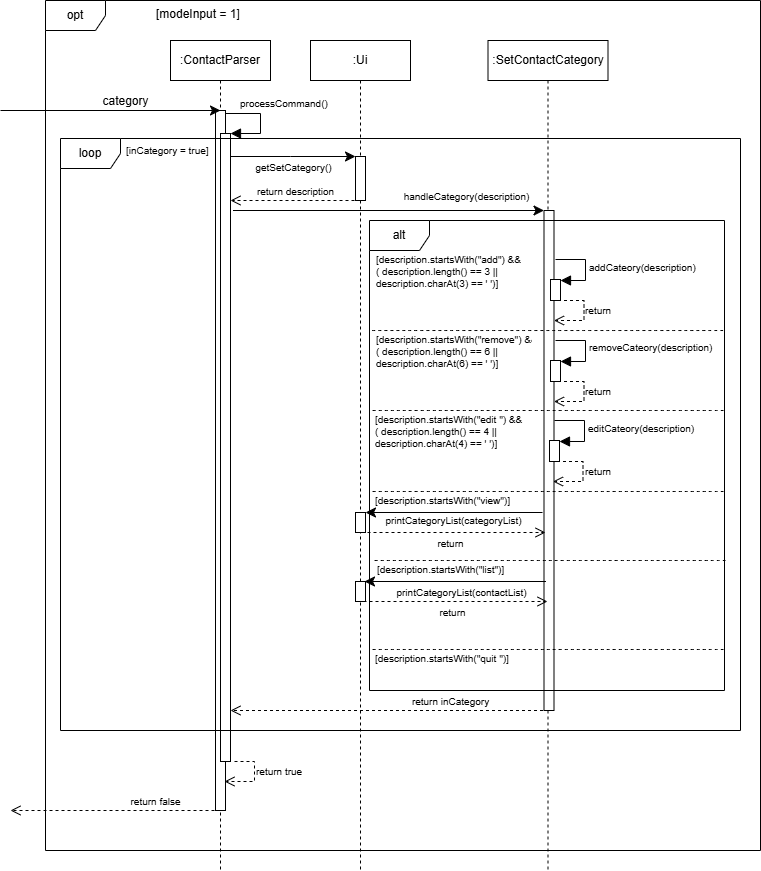
Earlier version of the draw.io export docs/Images(DG)/SetContactCategory.drawio.png (parasytezz/tp). Source tidied: cells renumbered, new cells last; positions are measured from the earlier drawing's top-left corner, leaving out a move shared by most shapes.
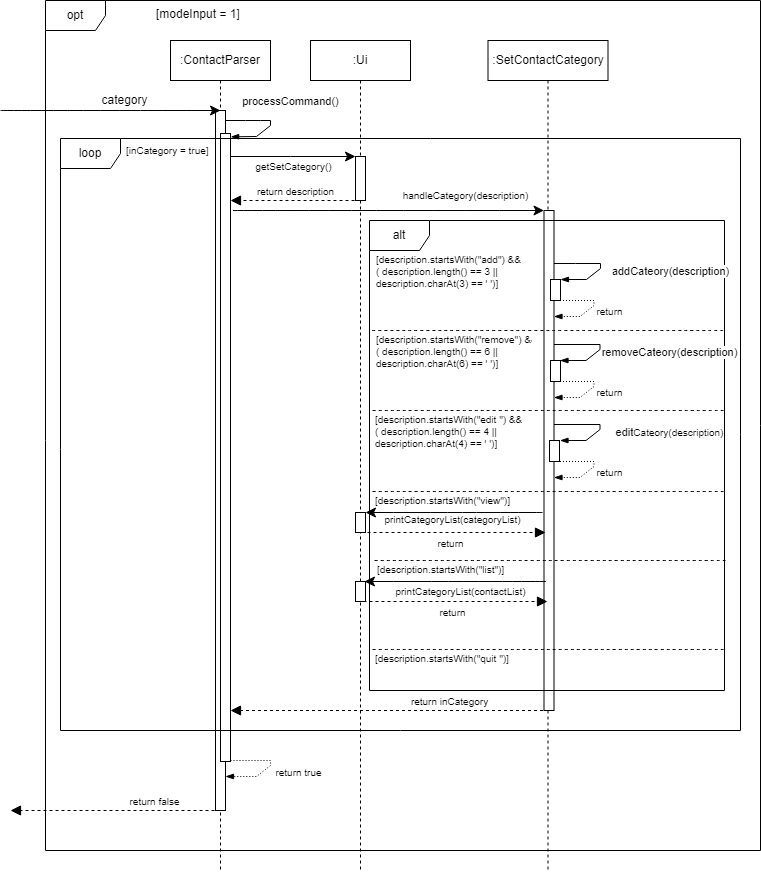
The same file after the commit.

What changed in the source:
```diff
@@ -22,12 +22,2 @@
     </mxCell>
-    <mxCell id="8" value="processCommand()" style="html=1;align=left;spacingLeft=2;endArrow=block;rounded=0;edgeStyle=orthogonalEdgeStyle;curved=0;rounded=0;fontSize=10;startSize=8;endSize=8;" parent="5" edge="1">
-      <mxGeometry x="-0.75" y="10" relative="1" as="geometry">
-        <mxPoint x="55" y="73" as="sourcePoint" />
-        <mxPoint x="60" y="93" as="targetPoint" />
-        <Array as="points">
-          <mxPoint x="90" y="73" />
-          <mxPoint x="90" y="93" />
-        </Array>
-      </mxGeometry>
-    </mxCell>
     <mxCell id="9" style="endArrow=classic;html=1;rounded=0;fontSize=12;startSize=8;endSize=8;curved=1;" parent="1" edge="1">
@@ -43,12 +33,2 @@
     </mxCell>
-    <mxCell id="11" value="&lt;font style=&quot;font-size: 10px;&quot;&gt;return true&lt;/font&gt;" style="html=1;verticalAlign=middle;endArrow=open;dashed=1;endSize=8;rounded=0;fontSize=12;edgeStyle=orthogonalEdgeStyle;align=left;labelPosition=right;verticalLabelPosition=middle;" parent="1" edge="1">
-      <mxGeometry x="-0.14" relative="1" as="geometry">
-        <mxPoint x="234" y="761" as="sourcePoint" />
-        <mxPoint x="224" y="781" as="targetPoint" />
-        <Array as="points">
-          <mxPoint x="254" y="761" />
-          <mxPoint x="254" y="781" />
-        </Array>
-      </mxGeometry>
-    </mxCell>
     <mxCell id="12" value="opt" style="shape=umlFrame;whiteSpace=wrap;html=1;" parent="1" vertex="1">
@@ -79,3 +59,3 @@
     </mxCell>
-    <mxCell id="18" value="&lt;font style=&quot;font-size: 10px;&quot;&gt;return description&lt;/font&gt;" style="html=1;verticalAlign=bottom;endArrow=open;dashed=1;endSize=8;curved=0;rounded=0;fontSize=12;" parent="1" edge="1">
+    <mxCell id="18" value="&lt;font style=&quot;font-size: 10px;&quot;&gt;return description&lt;/font&gt;" style="html=1;verticalAlign=bottom;endArrow=block;dashed=1;endSize=8;curved=0;rounded=0;fontSize=12;endFill=1;" parent="1" edge="1">
       <mxGeometry relative="1" as="geometry">
@@ -101,3 +81,3 @@
     </mxCell>
-    <mxCell id="23" value="&lt;font style=&quot;font-size: 10px;&quot;&gt;return inCategory&lt;/font&gt;" style="html=1;verticalAlign=bottom;endArrow=open;dashed=1;endSize=8;curved=0;rounded=0;fontSize=12;exitX=0.5;exitY=1;exitDx=0;exitDy=0;exitPerimeter=0;" parent="1" edge="1" source="17" target="7">
+    <mxCell id="23" value="&lt;font style=&quot;font-size: 10px;&quot;&gt;return inCategory&lt;/font&gt;" style="html=1;verticalAlign=bottom;endArrow=block;dashed=1;endSize=8;curved=0;rounded=0;fontSize=12;exitX=0.5;exitY=1;exitDx=0;exitDy=0;exitPerimeter=0;endFill=1;" parent="1" edge="1" source="17" target="7">
       <mxGeometry x="-0.38" relative="1" as="geometry" />
@@ -113,21 +93,2 @@
     </mxCell>
-    <mxCell id="27" value="&lt;font style=&quot;font-size: 10px;&quot;&gt;addCateory(description)&lt;/font&gt;" style="html=1;align=left;spacingLeft=2;endArrow=block;rounded=0;edgeStyle=orthogonalEdgeStyle;curved=0;rounded=0;fontSize=12;startSize=8;endSize=8;" parent="1" edge="1" target="26">
-      <mxGeometry relative="1" as="geometry">
-        <mxPoint x="555" y="259" as="sourcePoint" />
-        <Array as="points">
-          <mxPoint x="585" y="259" />
-          <mxPoint x="585" y="280" />
-        </Array>
-      </mxGeometry>
-    </mxCell>
-    <mxCell id="28" value="&lt;font style=&quot;font-size: 10px;&quot;&gt;return&lt;/font&gt;" style="html=1;verticalAlign=middle;endArrow=open;dashed=1;endSize=8;rounded=0;fontSize=12;edgeStyle=orthogonalEdgeStyle;align=left;labelPosition=right;verticalLabelPosition=middle;" parent="1" edge="1">
-      <mxGeometry x="-0.14" relative="1" as="geometry">
-        <mxPoint x="563.5" y="300" as="sourcePoint" />
-        <mxPoint x="553.5" y="320" as="targetPoint" />
-        <Array as="points">
-          <mxPoint x="583.5" y="300" />
-          <mxPoint x="583.5" y="320" />
-        </Array>
-      </mxGeometry>
-    </mxCell>
     <mxCell id="29" style="endArrow=none;dashed=1;html=1;rounded=0;fontSize=12;startSize=8;endSize=8;curved=1;entryX=0.004;entryY=0.283;entryDx=0;entryDy=0;entryPerimeter=0;exitX=0.996;exitY=0.283;exitDx=0;exitDy=0;exitPerimeter=0;" parent="1" edge="1">
@@ -144,21 +105,2 @@
     </mxCell>
-    <mxCell id="32" value="&lt;font style=&quot;font-size: 10px;&quot;&gt;removeCateory(description)&lt;/font&gt;" style="html=1;align=left;spacingLeft=2;endArrow=block;rounded=0;edgeStyle=orthogonalEdgeStyle;curved=0;rounded=0;fontSize=12;startSize=8;endSize=8;" parent="1" edge="1" target="31">
-      <mxGeometry relative="1" as="geometry">
-        <mxPoint x="555" y="340" as="sourcePoint" />
-        <Array as="points">
-          <mxPoint x="585" y="340" />
-          <mxPoint x="585" y="361" />
-        </Array>
-      </mxGeometry>
-    </mxCell>
-    <mxCell id="33" value="&lt;font style=&quot;font-size: 10px;&quot;&gt;return&lt;/font&gt;" style="html=1;verticalAlign=middle;endArrow=open;dashed=1;endSize=8;rounded=0;fontSize=12;edgeStyle=orthogonalEdgeStyle;align=left;labelPosition=right;verticalLabelPosition=middle;" parent="1" edge="1">
-      <mxGeometry x="-0.14" relative="1" as="geometry">
-        <mxPoint x="563.5" y="381" as="sourcePoint" />
-        <mxPoint x="553.5" y="401" as="targetPoint" />
-        <Array as="points">
-          <mxPoint x="583.5" y="381" />
-          <mxPoint x="583.5" y="401" />
-        </Array>
-      </mxGeometry>
-    </mxCell>
     <mxCell id="34" style="endArrow=none;dashed=1;html=1;rounded=0;fontSize=12;startSize=8;endSize=8;curved=1;entryX=0.004;entryY=0.283;entryDx=0;entryDy=0;entryPerimeter=0;exitX=0.996;exitY=0.283;exitDx=0;exitDy=0;exitPerimeter=0;" parent="1" edge="1">
@@ -175,21 +117,2 @@
     </mxCell>
-    <mxCell id="37" value="&lt;font style=&quot;font-size: 10px;&quot;&gt;edit&lt;span style=&quot;color: rgba(0, 0, 0, 0); font-family: monospace; font-size: 0px; background-color: rgb(251, 251, 251);&quot;&gt;%3CmxGraphModel%3E%3Croot%3E%3CmxCell%20id%3D%220%22%2F%3E%3CmxCell%20id%3D%221%22%20parent%3D%220%22%2F%3E%3CmxCell%20id%3D%222%22%20value%3D%22%22%20style%3D%22endArrow%3Dnone%3Bdashed%3D1%3Bhtml%3D1%3Brounded%3D0%3BfontSize%3D12%3BstartSize%3D8%3BendSize%3D8%3Bcurved%3D1%3BentryX%3D0.004%3BentryY%3D0.283%3BentryDx%3D0%3BentryDy%3D0%3BentryPerimeter%3D0%3BexitX%3D0.996%3BexitY%3D0.283%3BexitDx%3D0%3BexitDy%3D0%3BexitPerimeter%3D0%3B%22%20edge%3D%221%22%20parent%3D%221%22%3E%3CmxGeometry%20width%3D%2250%22%20height%3D%2250%22%20relative%3D%221%22%20as%3D%22geometry%22%3E%3CmxPoint%20x%3D%22759%22%20y%3D%22360%22%20as%3D%22sourcePoint%22%2F%3E%3CmxPoint%20x%3D%22406%22%20y%3D%22360%22%20as%3D%22targetPoint%22%2F%3E%3C%2FmxGeometry%3E%3C%2FmxCell%3E%3CmxCell%20id%3D%223%22%20value%3D%22%5Bdescription.startsWith(%26quot%3Bremove%20%26quot%3B)%5D%22%20style%3D%22text%3BstrokeColor%3Dnone%3BfillColor%3Dnone%3Balign%3Dleft%3BverticalAlign%3Dtop%3BspacingLeft%3D4%3BspacingRight%3D4%3Boverflow%3Dhidden%3Brotatable%3D0%3Bpoints%3D%5B%5B0%2C0.5%5D%2C%5B1%2C0.5%5D%5D%3BportConstraint%3Deastwest%3BwhiteSpace%3Dwrap%3Bhtml%3D1%3BfontSize%3D10%3B%22%20vertex%3D%221%22%20parent%3D%221%22%3E%3CmxGeometry%20x%3D%22410%22%20y%3D%22357%22%20width%3D%22166%22%20height%3D%2242%22%20as%3D%22geometry%22%2F%3E%3C%2FmxCell%3E%3CmxCell%20id%3D%224%22%20value%3D%22%22%20style%3D%22html%3D1%3Bpoints%3D%5B%5B0%2C0%2C0%2C0%2C5%5D%2C%5B0%2C1%2C0%2C0%2C-5%5D%2C%5B1%2C0%2C0%2C0%2C5%5D%2C%5B1%2C1%2C0%2C0%2C-5%5D%5D%3Bperimeter%3DorthogonalPerimeter%3BoutlineConnect%3D0%3BtargetShapes%3DumlLifeline%3BportConstraint%3Deastwest%3BnewEdgeStyle%3D%7B%26quot%3Bcurved%26quot%3B%3A0%2C%26quot%3Brounded%26quot%3B%3A0%7D%3B%22%20vertex%3D%221%22%20parent%3D%221%22%3E%3CmxGeometry%20x%3D%22590%22%20y%3D%22390%22%20width%3D%2210%22%20height%3D%2221%22%20as%3D%22geometry%22%2F%3E%3C%2FmxCell%3E%3CmxCell%20id%3D%225%22%20value%3D%22%26lt%3Bfont%20style%3D%26quot%3Bfont-size%3A%2010px%3B%26quot%3B%26gt%3BremoveCateory(description)%26lt%3B%2Ffont%26gt%3B%22%20style%3D%22html%3D1%3Balign%3Dleft%3BspacingLeft%3D2%3BendArrow%3Dblock%3Brounded%3D0%3BedgeStyle%3DorthogonalEdgeStyle%3Bcurved%3D0%3Brounded%3D0%3BfontSize%3D12%3BstartSize%3D8%3BendSize%3D8%3B%22%20edge%3D%221%22%20target%3D%224%22%20parent%3D%221%22%3E%3CmxGeometry%20relative%3D%221%22%20as%3D%22geometry%22%3E%3CmxPoint%20x%3D%22595%22%20y%3D%22370%22%20as%3D%22sourcePoint%22%2F%3E%3CArray%20as%3D%22points%22%3E%3CmxPoint%20x%3D%22625%22%20y%3D%22370%22%2F%3E%3CmxPoint%20x%3D%22625%22%20y%3D%22391%22%2F%3E%3C%2FArray%3E%3C%2FmxGeometry%3E%3C%2FmxCell%3E%3CmxCell%20id%3D%226%22%20value%3D%22%26lt%3Bfont%20style%3D%26quot%3Bfont-size%3A%2010px%3B%26quot%3B%26gt%3Breturn%26lt%3B%2Ffont%26gt%3B%22%20style%3D%22html%3D1%3BverticalAlign%3Dmiddle%3BendArrow%3Dopen%3Bdashed%3D1%3BendSize%3D8%3Brounded%3D0%3BfontSize%3D12%3BedgeStyle%3DorthogonalEdgeStyle%3Balign%3Dleft%3BlabelPosition%3Dright%3BverticalLabelPosition%3Dmiddle%3B%22%20edge%3D%221%22%20parent%3D%221%22%3E%3CmxGeometry%20x%3D%22-0.1429%22%20relative%3D%221%22%20as%3D%22geometry%22%3E%3CmxPoint%20x%3D%22603.5%22%20y%3D%22411%22%20as%3D%22sourcePoint%22%2F%3E%3CmxPoint%20x%3D%22593.5%22%20y%3D%22431%22%20as%3D%22targetPoint%22%2F%3E%3CArray%20as%3D%22points%22%3E%3CmxPoint%20x%3D%22623.5%22%20y%3D%22411%22%2F%3E%3CmxPoint%20x%3D%22623.5%22%20y%3D%22431%22%2F%3E%3C%2FArray%3E%3CmxPoint%20as%3D%22offset%22%2F%3E%3C%2FmxGeometry%3E%3C%2FmxCell%3E%3C%2Froot%3E%3C%2FmxGraphModel%3E&lt;/span&gt;Cateory(description)&lt;/font&gt;" style="html=1;align=left;spacingLeft=2;endArrow=block;rounded=0;edgeStyle=orthogonalEdgeStyle;curved=0;rounded=0;fontSize=12;startSize=8;endSize=8;" parent="1" edge="1" target="36">
-      <mxGeometry relative="1" as="geometry">
-        <mxPoint x="554" y="420" as="sourcePoint" />
-        <Array as="points">
-          <mxPoint x="584" y="420" />
-          <mxPoint x="584" y="441" />
-        </Array>
-      </mxGeometry>
-    </mxCell>
-    <mxCell id="38" value="&lt;font style=&quot;font-size: 10px;&quot;&gt;return&lt;/font&gt;" style="html=1;verticalAlign=middle;endArrow=open;dashed=1;endSize=8;rounded=0;fontSize=12;edgeStyle=orthogonalEdgeStyle;align=left;labelPosition=right;verticalLabelPosition=middle;" parent="1" edge="1">
-      <mxGeometry x="-0.14" relative="1" as="geometry">
-        <mxPoint x="562.5" y="461" as="sourcePoint" />
-        <mxPoint x="552.5" y="481" as="targetPoint" />
-        <Array as="points">
-          <mxPoint x="582.5" y="461" />
-          <mxPoint x="582.5" y="481" />
-        </Array>
-      </mxGeometry>
-    </mxCell>
     <mxCell id="39" style="endArrow=none;dashed=1;html=1;rounded=0;fontSize=12;startSize=8;endSize=8;curved=1;entryX=0.004;entryY=0.283;entryDx=0;entryDy=0;entryPerimeter=0;exitX=0.996;exitY=0.283;exitDx=0;exitDy=0;exitPerimeter=0;" parent="1" edge="1">
@@ -216,3 +139,3 @@
     </mxCell>
-    <mxCell id="44" value="&lt;font style=&quot;font-size: 10px;&quot;&gt;return&lt;/font&gt;" style="html=1;verticalAlign=bottom;endArrow=open;dashed=1;endSize=8;curved=0;rounded=0;fontSize=12;" parent="1" edge="1">
+    <mxCell id="44" value="&lt;font style=&quot;font-size: 10px;&quot;&gt;return&lt;/font&gt;" style="html=1;verticalAlign=bottom;endArrow=block;dashed=1;endSize=8;curved=0;rounded=0;fontSize=12;endFill=1;" parent="1" edge="1">
       <mxGeometry y="-20" relative="1" as="geometry">
@@ -231,3 +154,3 @@
     </mxCell>
-    <mxCell id="47" value="&lt;font style=&quot;font-size: 10px;&quot;&gt;return false&lt;/font&gt;" style="html=1;verticalAlign=bottom;endArrow=open;dashed=1;endSize=8;curved=0;rounded=0;fontSize=12;" parent="1" edge="1">
+    <mxCell id="47" value="&lt;font style=&quot;font-size: 10px;&quot;&gt;return false&lt;/font&gt;" style="html=1;verticalAlign=bottom;endArrow=block;dashed=1;endSize=8;curved=0;rounded=0;fontSize=12;endFill=1;" parent="1" edge="1">
       <mxGeometry x="-0.38" relative="1" as="geometry">
@@ -251,3 +174,3 @@
     </mxCell>
-    <mxCell id="51" value="&lt;font style=&quot;font-size: 10px;&quot;&gt;return&lt;/font&gt;" style="html=1;verticalAlign=bottom;endArrow=open;dashed=1;endSize=8;curved=0;rounded=0;fontSize=12;" parent="1" edge="1">
+    <mxCell id="51" value="&lt;font style=&quot;font-size: 10px;&quot;&gt;return&lt;/font&gt;" style="html=1;verticalAlign=bottom;endArrow=block;dashed=1;endSize=8;curved=0;rounded=0;fontSize=12;endFill=1;" parent="1" edge="1">
       <mxGeometry y="-20" relative="1" as="geometry">
@@ -263,2 +186,105 @@
     </mxCell>
+    <mxCell id="11" value="&lt;font style=&quot;font-size: 10px;&quot;&gt;return true&lt;/font&gt;" style="html=1;verticalAlign=bottom;endArrow=blockThin;curved=0;rounded=0;exitX=1;exitY=0;exitDx=0;exitDy=5;exitPerimeter=0;endFill=1;dashed=1;dashPattern=1 2;" parent="1" edge="1">
+      <mxGeometry x="0.01" y="34" relative="1" as="geometry">
+        <mxPoint x="230" y="760" as="sourcePoint" />
+        <mxPoint x="225" y="776" as="targetPoint" />
+        <Array as="points">
+          <mxPoint x="245" y="760" />
+          <mxPoint x="270" y="760" />
+          <mxPoint x="270" y="765" />
+          <mxPoint x="256" y="776" />
+        </Array>
+        <mxPoint x="9" y="-12" as="offset" />
+      </mxGeometry>
+    </mxCell>
+    <mxCell id="53" value="&lt;font style=&quot;font-size: 10px;&quot;&gt;return&lt;/font&gt;" style="html=1;verticalAlign=bottom;endArrow=blockThin;curved=0;rounded=0;exitX=1;exitY=0;exitDx=0;exitDy=5;exitPerimeter=0;endFill=1;dashed=1;dashPattern=1 2;" parent="1" edge="1">
+      <mxGeometry x="0.01" y="22" relative="1" as="geometry">
+        <mxPoint x="553.5" y="300" as="sourcePoint" />
+        <mxPoint x="553.5" y="316" as="targetPoint" />
+        <Array as="points">
+          <mxPoint x="568.5" y="300" />
+          <mxPoint x="593.5" y="300" />
+          <mxPoint x="593.5" y="305" />
+          <mxPoint x="579.5" y="316" />
+        </Array>
+        <mxPoint x="2" y="-2" as="offset" />
+      </mxGeometry>
+    </mxCell>
+    <mxCell id="54" value="&lt;font style=&quot;font-size: 10px;&quot;&gt;return&lt;/font&gt;" style="html=1;verticalAlign=bottom;endArrow=blockThin;curved=0;rounded=0;exitX=1;exitY=0;exitDx=0;exitDy=5;exitPerimeter=0;endFill=1;dashed=1;dashPattern=1 2;" parent="1" edge="1">
+      <mxGeometry x="0.01" y="22" relative="1" as="geometry">
+        <mxPoint x="553.5" y="461" as="sourcePoint" />
+        <mxPoint x="553.5" y="477" as="targetPoint" />
+        <Array as="points">
+          <mxPoint x="568.5" y="461" />
+          <mxPoint x="593.5" y="461" />
+          <mxPoint x="593.5" y="466" />
+          <mxPoint x="579.5" y="477" />
+        </Array>
+        <mxPoint x="2" y="-2" as="offset" />
+      </mxGeometry>
+    </mxCell>
+    <mxCell id="55" value="&lt;font style=&quot;font-size: 10px;&quot;&gt;return&lt;/font&gt;" style="html=1;verticalAlign=bottom;endArrow=blockThin;curved=0;rounded=0;exitX=1;exitY=0;exitDx=0;exitDy=5;exitPerimeter=0;endFill=1;dashed=1;dashPattern=1 2;" parent="1" edge="1">
+      <mxGeometry x="0.01" y="22" relative="1" as="geometry">
+        <mxPoint x="553.5" y="381" as="sourcePoint" />
+        <mxPoint x="553.5" y="397" as="targetPoint" />
+        <Array as="points">
+          <mxPoint x="568.5" y="381" />
+          <mxPoint x="593.5" y="381" />
+          <mxPoint x="593.5" y="386" />
+          <mxPoint x="579.5" y="397" />
+        </Array>
+        <mxPoint x="2" y="-2" as="offset" />
+      </mxGeometry>
+    </mxCell>
+    <mxCell id="27" value="addCateory(description)" style="html=1;verticalAlign=bottom;endArrow=blockThin;curved=0;rounded=0;endFill=1;" parent="1" edge="1" source="17">
+      <mxGeometry x="0.08" y="71" relative="1" as="geometry">
+        <mxPoint x="560" y="279" as="targetPoint" />
+        <Array as="points">
+          <mxPoint x="575" y="263" />
+          <mxPoint x="600" y="263" />
+          <mxPoint x="600" y="268" />
+          <mxPoint x="586" y="279" />
+        </Array>
+        <mxPoint x="26" y="-44" as="offset" />
+      </mxGeometry>
+    </mxCell>
+    <mxCell id="37" value="edit&lt;span style=&quot;border-color: var(--border-color); text-align: left; color: rgba(0, 0, 0, 0); font-family: monospace; font-size: 0px; background-color: rgb(251, 251, 251);&quot;&gt;%3CmxGraphModel%3E%3Croot%3E%3CmxCell%20id%3D%220%22%2F%3E%3CmxCell%20id%3D%221%22%20parent%3D%220%22%2F%3E%3CmxCell%20id%3D%222%22%20value%3D%22%22%20style%3D%22endArrow%3Dnone%3Bdashed%3D1%3Bhtml%3D1%3Brounded%3D0%3BfontSize%3D12%3BstartSize%3D8%3BendSize%3D8%3Bcurved%3D1%3BentryX%3D0.004%3BentryY%3D0.283%3BentryDx%3D0%3BentryDy%3D0%3BentryPerimeter%3D0%3BexitX%3D0.996%3BexitY%3D0.283%3BexitDx%3D0%3BexitDy%3D0%3BexitPerimeter%3D0%3B%22%20edge%3D%221%22%20parent%3D%221%22%3E%3CmxGeometry%20width%3D%2250%22%20height%3D%2250%22%20relative%3D%221%22%20as%3D%22geometry%22%3E%3CmxPoint%20x%3D%22759%22%20y%3D%22360%22%20as%3D%22sourcePoint%22%2F%3E%3CmxPoint%20x%3D%22406%22%20y%3D%22360%22%20as%3D%22targetPoint%22%2F%3E%3C%2FmxGeometry%3E%3C%2FmxCell%3E%3CmxCell%20id%3D%223%22%20value%3D%22%5Bdescription.startsWith(%26quot%3Bremove%20%26quot%3B)%5D%22%20style%3D%22text%3BstrokeColor%3Dnone%3BfillColor%3Dnone%3Balign%3Dleft%3BverticalAlign%3Dtop%3BspacingLeft%3D4%3BspacingRight%3D4%3Boverflow%3Dhidden%3Brotatable%3D0%3Bpoints%3D%5B%5B0%2C0.5%5D%2C%5B1%2C0.5%5D%5D%3BportConstraint%3Deastwest%3BwhiteSpace%3Dwrap%3Bhtml%3D1%3BfontSize%3D10%3B%22%20vertex%3D%221%22%20parent%3D%221%22%3E%3CmxGeometry%20x%3D%22410%22%20y%3D%22357%22%20width%3D%22166%22%20height%3D%2242%22%20as%3D%22geometry%22%2F%3E%3C%2FmxCell%3E%3CmxCell%20id%3D%224%22%20value%3D%22%22%20style%3D%22html%3D1%3Bpoints%3D%5B%5B0%2C0%2C0%2C0%2C5%5D%2C%5B0%2C1%2C0%2C0%2C-5%5D%2C%5B1%2C0%2C0%2C0%2C5%5D%2C%5B1%2C1%2C0%2C0%2C-5%5D%5D%3Bperimeter%3DorthogonalPerimeter%3BoutlineConnect%3D0%3BtargetShapes%3DumlLifeline%3BportConstraint%3Deastwest%3BnewEdgeStyle%3D%7B%26quot%3Bcurved%26quot%3B%3A0%2C%26quot%3Brounded%26quot%3B%3A0%7D%3B%22%20vertex%3D%221%22%20parent%3D%221%22%3E%3CmxGeometry%20x%3D%22590%22%20y%3D%22390%22%20width%3D%2210%22%20height%3D%2221%22%20as%3D%22geometry%22%2F%3E%3C%2FmxCell%3E%3CmxCell%20id%3D%225%22%20value%3D%22%26lt%3Bfont%20style%3D%26quot%3Bfont-size%3A%2010px%3B%26quot%3B%26gt%3BremoveCateory(description)%26lt%3B%2Ffont%26gt%3B%22%20style%3D%22html%3D1%3Balign%3Dleft%3BspacingLeft%3D2%3BendArrow%3Dblock%3Brounded%3D0%3BedgeStyle%3DorthogonalEdgeStyle%3Bcurved%3D0%3Brounded%3D0%3BfontSize%3D12%3BstartSize%3D8%3BendSize%3D8%3B%22%20edge%3D%221%22%20target%3D%224%22%20parent%3D%221%22%3E%3CmxGeometry%20relative%3D%221%22%20as%3D%22geometry%22%3E%3CmxPoint%20x%3D%22595%22%20y%3D%22370%22%20as%3D%22sourcePoint%22%2F%3E%3CArray%20as%3D%22points%22%3E%3CmxPoint%20x%3D%22625%22%20y%3D%22370%22%2F%3E%3CmxPoint%20x%3D%22625%22%20y%3D%22391%22%2F%3E%3C%2FArray%3E%3C%2FmxGeometry%3E%3C%2FmxCell%3E%3CmxCell%20id%3D%226%22%20value%3D%22%26lt%3Bfont%20style%3D%26quot%3Bfont-size%3A%2010px%3B%26quot%3B%26gt%3Breturn%26lt%3B%2Ffont%26gt%3B%22%20style%3D%22html%3D1%3BverticalAlign%3Dmiddle%3BendArrow%3Dopen%3Bdashed%3D1%3BendSize%3D8%3Brounded%3D0%3BfontSize%3D12%3BedgeStyle%3DorthogonalEdgeStyle%3Balign%3Dleft%3BlabelPosition%3Dright%3BverticalLabelPosition%3Dmiddle%3B%22%20edge%3D%221%22%20parent%3D%221%22%3E%3CmxGeometry%20x%3D%22-0.1429%22%20relative%3D%221%22%20as%3D%22geometry%22%3E%3CmxPoint%20x%3D%22603.5%22%20y%3D%22411%22%20as%3D%22sourcePoint%22%2F%3E%3CmxPoint%20x%3D%22593.5%22%20y%3D%22431%22%20as%3D%22targetPoint%22%2F%3E%3CArray%20as%3D%22points%22%3E%3CmxPoint%20x%3D%22623.5%22%20y%3D%22411%22%2F%3E%3CmxPoint%20x%3D%22623.5%22%20y%3D%22431%22%2F%3E%3C%2FArray%3E%3CmxPoint%20as%3D%22offset%22%2F%3E%3C%2FmxGeometry%3E%3C%2FmxCell%3E%3C%2Froot%3E%3C%2FmxGraphModel%3E&lt;/span&gt;&lt;span style=&quot;font-size: 10px; text-align: left;&quot;&gt;Cateory(description)&lt;/span&gt;" style="html=1;verticalAlign=bottom;endArrow=blockThin;curved=0;rounded=0;endFill=1;" parent="1" edge="1">
+      <mxGeometry x="0.08" y="71" relative="1" as="geometry">
+        <mxPoint x="553.5" y="424" as="sourcePoint" />
+        <mxPoint x="559.5" y="440" as="targetPoint" />
+        <Array as="points">
+          <mxPoint x="574.5" y="424" />
+          <mxPoint x="599.5" y="424" />
+          <mxPoint x="599.5" y="429" />
+          <mxPoint x="585.5" y="440" />
+        </Array>
+        <mxPoint x="26" y="-44" as="offset" />
+      </mxGeometry>
+    </mxCell>
+    <mxCell id="32" value="removeCateory(description)" style="html=1;verticalAlign=bottom;endArrow=blockThin;curved=0;rounded=0;endFill=1;" parent="1" edge="1">
+      <mxGeometry x="0.08" y="71" relative="1" as="geometry">
+        <mxPoint x="553.5" y="344" as="sourcePoint" />
+        <mxPoint x="559.5" y="360" as="targetPoint" />
+        <Array as="points">
+          <mxPoint x="574.5" y="344" />
+          <mxPoint x="599.5" y="344" />
+          <mxPoint x="599.5" y="349" />
+          <mxPoint x="585.5" y="360" />
+        </Array>
+        <mxPoint x="26" y="-44" as="offset" />
+      </mxGeometry>
+    </mxCell>
+    <mxCell id="8" value="processCommand()" style="html=1;verticalAlign=bottom;endArrow=blockThin;curved=0;rounded=0;endFill=1;entryX=0.787;entryY=-0.04;entryDx=0;entryDy=0;entryPerimeter=0;exitX=0.787;exitY=-0.04;exitDx=0;exitDy=0;exitPerimeter=0;" parent="1" edge="1" target="22">
+      <mxGeometry x="-0.04" y="22" relative="1" as="geometry">
+        <mxPoint x="225" y="120" as="sourcePoint" />
+        <Array as="points">
+          <mxPoint x="245" y="120" />
+          <mxPoint x="260" y="120" />
+          <mxPoint x="270" y="120" />
+          <mxPoint x="270" y="125" />
+          <mxPoint x="256" y="136" />
+        </Array>
+        <mxPoint x="-2" y="-10" as="offset" />
+      </mxGeometry>
+    </mxCell>
   </root>
```
